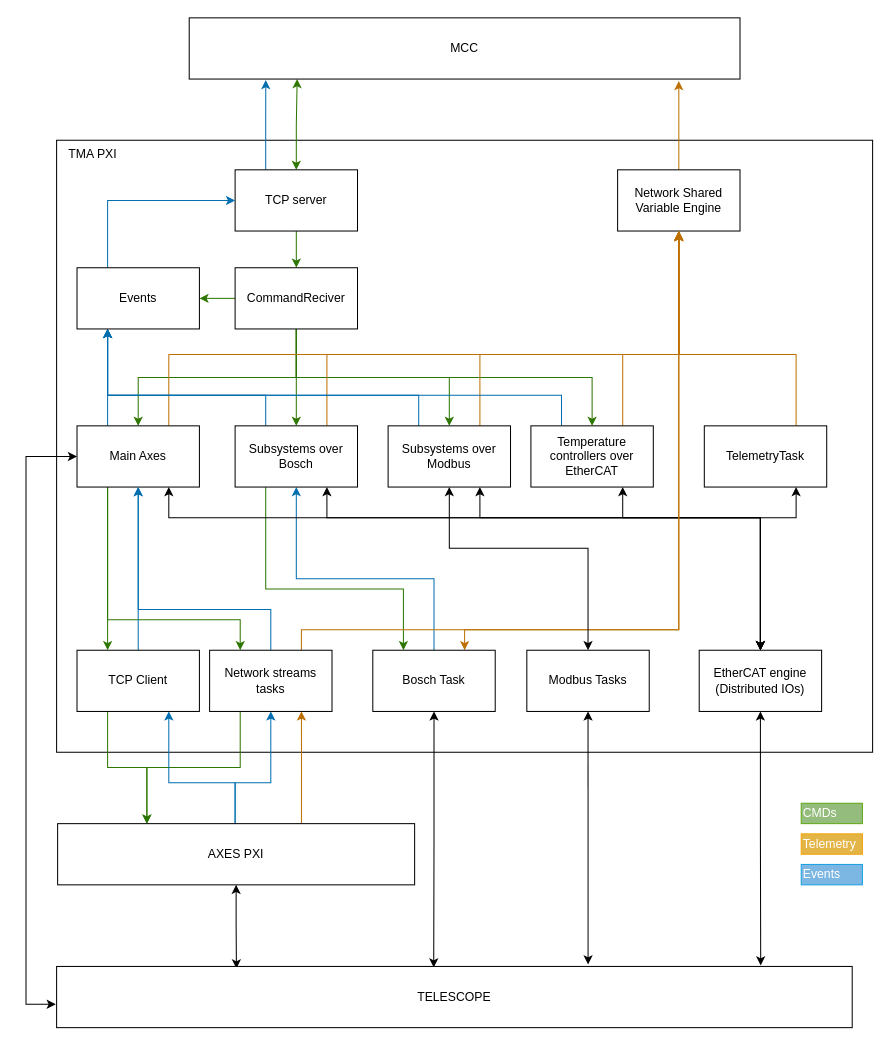
This is Resources/DrawIO/RealTimeStructure.drawio from lsst-ts/ts_tma_tma-documentation_pxi-controller_documentation, a draw.io file, before an edit. Source tidied: cells renumbered, new cells numbered last; positions are measured from the earlier drawing's top-left corner, leaving out a move shared by most shapes. Both pictures are drawn from the tidied source at 102%, with x=0, y=0 at pixel (26, 17).
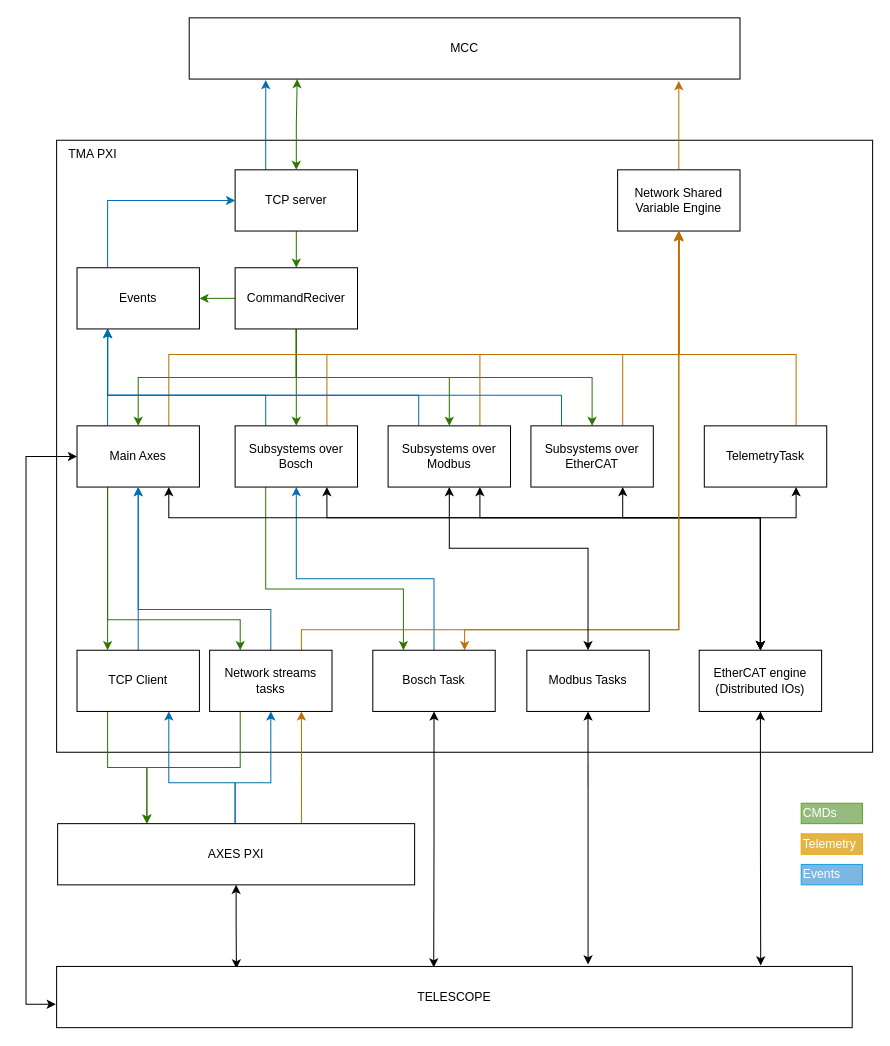
The same page after the edit.

Commit message (it also covers changes not shown here):
Complete the TMA PXI structure documentation

Change to the diagram source:
```diff
@@
-    <mxCell id="60" value="Temperature controllers over EtherCAT" style="rounded=0;whiteSpace=wrap;html=1;" parent="1" vertex="1">
+    <mxCell id="60" value="Subsystems over EtherCAT" style="rounded=0;whiteSpace=wrap;html=1;" parent="1" vertex="1">
       <mxGeometry x="495" y="400" width="120" height="60" as="geometry" />
     </mxCell>
```
